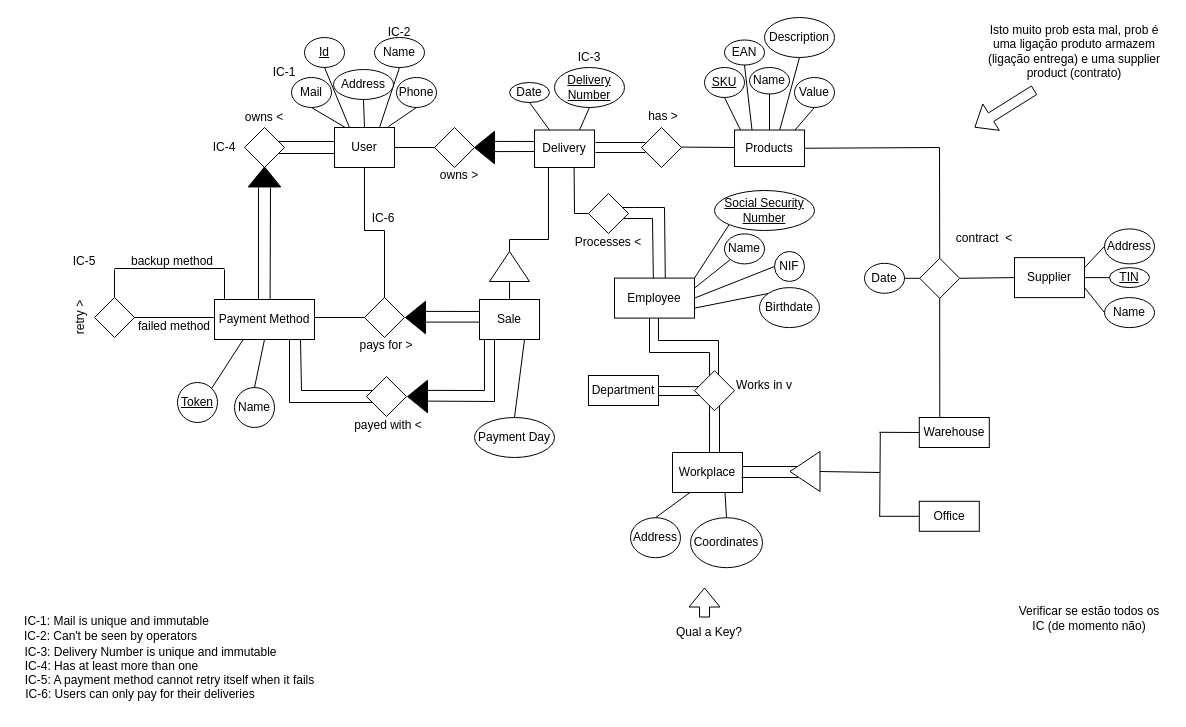
Earlier version of the draw.io diagram Entrega 1/Entrega 1.drawio (Axiself/Proj-BD-22-23). Source tidied: cells renumbered, new cells numbered last; positions are measured from the earlier drawing's top-left corner, leaving out a move shared by most shapes. Both pictures are drawn from the tidied source at 100%, with x=0, y=0 at pixel (17, 17).
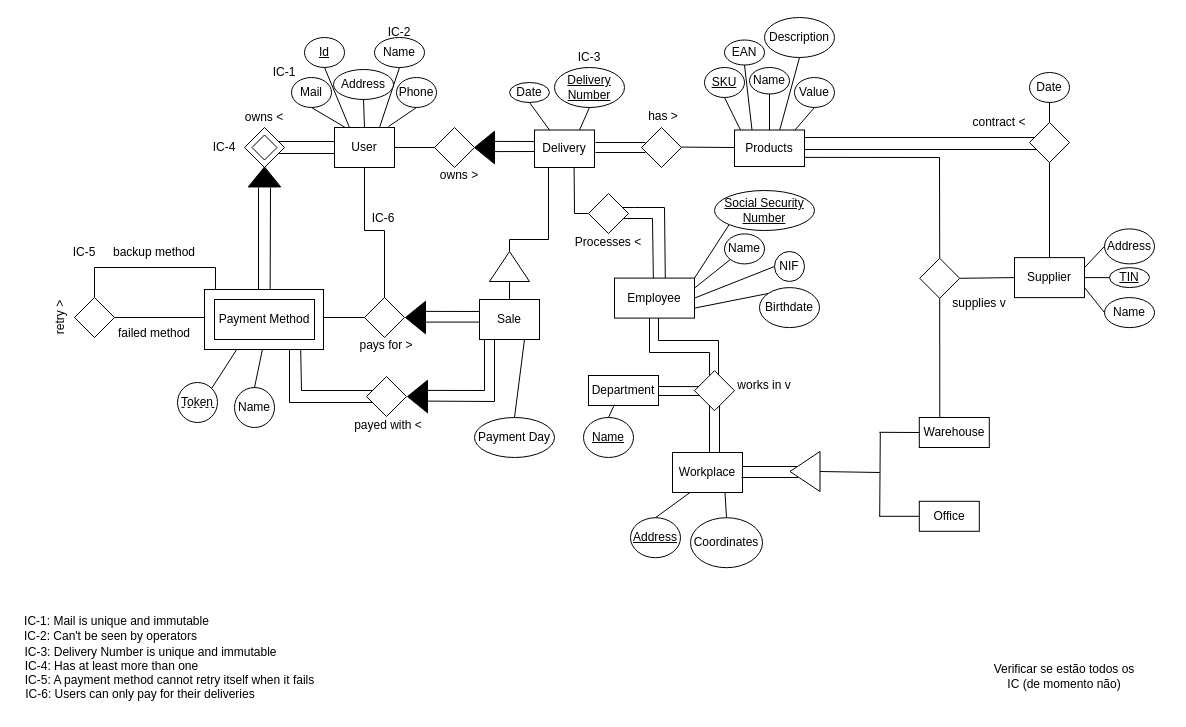
After the change.

The change refers to these unchanged cells:
```xml
<mxCell id="75" value="Products" style="whiteSpace=wrap;html=1;align=center;" parent="1" vertex="1">
  <mxGeometry x="717" y="112.5" width="70" height="36.5" as="geometry" />
</mxCell>
<mxCell id="86" value="Supplier" style="whiteSpace=wrap;html=1;align=center;" parent="1" vertex="1">
  <mxGeometry x="997" y="240.1" width="70" height="40" as="geometry" />
</mxCell>
<mxCell id="124" style="shape=rhombus;perimeter=rhombusPerimeter;whiteSpace=wrap;html=1;align=center;" parent="1" vertex="1">
  <mxGeometry x="902.2" y="240.8" width="40" height="40" as="geometry" />
</mxCell>
<mxCell id="131" value="Department" style="whiteSpace=wrap;html=1;align=center;" parent="1" vertex="1">
  <mxGeometry x="571" y="358" width="70" height="30" as="geometry" />
</mxCell>
```

Diff of the diagram source:
```diff
@@
+    <mxCell id="148" style="endArrow=none;html=1;rounded=0;exitX=1;exitY=1;exitDx=0;exitDy=0;" parent="1" edge="1">
+      <mxGeometry relative="1" as="geometry">
+        <mxPoint x="787" y="132" as="sourcePoint" />
+        <mxPoint x="1036.8" y="132" as="targetPoint" />
+      </mxGeometry>
+    </mxCell>
+    <mxCell id="149" style="endArrow=none;html=1;rounded=0;exitX=1;exitY=0;exitDx=0;exitDy=0;" parent="1" edge="1">
+      <mxGeometry relative="1" as="geometry">
+        <mxPoint x="787" y="120" as="sourcePoint" />
+        <mxPoint x="1036.8" y="120" as="targetPoint" />
+      </mxGeometry>
+    </mxCell>
@@
-    <mxCell id="34" value="Payment Method" style="whiteSpace=wrap;html=1;align=center;" parent="1" vertex="1">
-      <mxGeometry x="197" y="282" width="100" height="40" as="geometry" />
-    </mxCell>
@@
-    <mxCell id="36" value="Token" style="ellipse;whiteSpace=wrap;html=1;align=center;fontStyle=4;" parent="1" vertex="1">
+    <mxCell id="36" value="Token" style="ellipse;whiteSpace=wrap;html=1;align=center;fontStyle=0;" parent="1" vertex="1">
       <mxGeometry x="160" y="365" width="40" height="40" as="geometry" />
     </mxCell>
@@
     <mxCell id="61" style="shape=rhombus;perimeter=rhombusPerimeter;whiteSpace=wrap;html=1;align=center;" parent="1" vertex="1">
-      <mxGeometry x="77" y="280" width="40" height="40" as="geometry" />
+      <mxGeometry x="57" y="280" width="40" height="40" as="geometry" />
     </mxCell>
-    <mxCell id="62" style="endArrow=none;html=1;rounded=0;" parent="1" edge="1">
+    <mxCell id="62" style="endArrow=none;html=1;rounded=0;exitX=0.5;exitY=0;exitDx=0;exitDy=0;entryX=0.092;entryY=0.014;entryDx=0;entryDy=0;entryPerimeter=0;" parent="1" edge="1" source="61" target="150">
       <mxGeometry relative="1" as="geometry">
-        <mxPoint x="97" y="251" as="sourcePoint" />
-        <mxPoint x="207" y="251" as="targetPoint" />
+        <Array as="points">
+          <mxPoint x="77" y="250" />
+          <mxPoint x="198" y="250" />
+        </Array>
       </mxGeometry>
     </mxCell>
-    <mxCell id="63" style="endArrow=none;html=1;rounded=0;" parent="1" edge="1">
-      <mxGeometry relative="1" as="geometry">
-        <mxPoint x="207" y="252" as="sourcePoint" />
-        <mxPoint x="207" y="282" as="targetPoint" />
-      </mxGeometry>
-    </mxCell>
-    <mxCell id="64" style="endArrow=none;html=1;rounded=0;exitX=0.5;exitY=0;exitDx=0;exitDy=0;" parent="1" edge="1" source="61">
-      <mxGeometry relative="1" as="geometry">
-        <mxPoint x="97" y="252" as="targetPoint" />
-      </mxGeometry>
-    </mxCell>
@@
     <mxCell id="102" value="retry &amp;gt;" style="text;html=1;strokeColor=none;fillColor=none;align=center;verticalAlign=middle;whiteSpace=wrap;rounded=0;rotation=-90;" parent="1" vertex="1">
-      <mxGeometry x="33" y="285" width="60" height="30" as="geometry" />
+      <mxGeometry x="13" y="285" width="60" height="30" as="geometry" />
     </mxCell>
     <mxCell id="103" value="failed method" style="text;html=1;strokeColor=none;fillColor=none;align=center;verticalAlign=middle;whiteSpace=wrap;rounded=0;fontStyle=0;" parent="1" vertex="1">
-      <mxGeometry x="117" y="294.2" width="80" height="30" as="geometry" />
+      <mxGeometry x="97" y="300.6" width="80" height="30" as="geometry" />
     </mxCell>
     <mxCell id="104" value="backup method" style="text;html=1;strokeColor=none;fillColor=none;align=center;verticalAlign=middle;whiteSpace=wrap;rounded=0;" parent="1" vertex="1">
-      <mxGeometry x="110" y="229" width="90" height="30" as="geometry" />
+      <mxGeometry x="92" y="220.1" width="90" height="30" as="geometry" />
     </mxCell>
     <mxCell id="105" value="IC-5" style="text;html=1;strokeColor=none;fillColor=none;align=center;verticalAlign=middle;whiteSpace=wrap;rounded=0;" parent="1" vertex="1">
-      <mxGeometry x="37" y="229" width="60" height="30" as="geometry" />
+      <mxGeometry x="37" y="220.1" width="60" height="30" as="geometry" />
     </mxCell>
@@
-    <mxCell id="109" value="Address" style="ellipse;whiteSpace=wrap;html=1;align=center;" parent="1" vertex="1">
+    <mxCell id="109" value="Address" style="ellipse;whiteSpace=wrap;html=1;align=center;fontStyle=4;" parent="1" vertex="1">
       <mxGeometry x="613" y="500.2" width="50" height="40" as="geometry" />
     </mxCell>
@@
     <mxCell id="125" value="Date" style="ellipse;whiteSpace=wrap;html=1;align=center;" parent="1" vertex="1">
-      <mxGeometry x="847" y="245.8" width="40" height="30" as="geometry" />
+      <mxGeometry x="1012" y="55" width="40" height="30" as="geometry" />
     </mxCell>
-    <mxCell id="126" style="endArrow=none;html=1;rounded=0;exitX=1;exitY=0.5;exitDx=0;exitDy=0;entryX=0;entryY=0.5;entryDx=0;entryDy=0;" parent="1" edge="1" source="125" target="124">
+    <mxCell id="126" style="endArrow=none;html=1;rounded=0;exitX=0.5;exitY=1;exitDx=0;exitDy=0;entryX=0.5;entryY=0;entryDx=0;entryDy=0;" parent="1" edge="1" source="125" target="151">
       <mxGeometry relative="1" as="geometry" />
     </mxCell>
@@
-    <mxCell id="128" style="endArrow=none;html=1;rounded=0;entryX=0.5;entryY=0;entryDx=0;entryDy=0;exitX=1;exitY=0.5;exitDx=0;exitDy=0;" parent="1" edge="1" source="75" target="124">
+    <mxCell id="128" style="endArrow=none;html=1;rounded=0;entryX=0.5;entryY=0;entryDx=0;entryDy=0;exitX=1;exitY=0.75;exitDx=0;exitDy=0;" parent="1" edge="1" source="75" target="124">
       <mxGeometry relative="1" as="geometry">
         <Array as="points">
-          <mxPoint x="922" y="130" />
+          <mxPoint x="922" y="140" />
         </Array>
       </mxGeometry>
     </mxCell>
-    <mxCell id="129" value="contract&amp;nbsp; &amp;lt;" style="text;html=1;strokeColor=none;fillColor=none;align=center;verticalAlign=middle;whiteSpace=wrap;rounded=0;" parent="1" vertex="1">
-      <mxGeometry x="937" y="205.8" width="60" height="30" as="geometry" />
+    <mxCell id="129" value="supplies v" style="text;html=1;strokeColor=none;fillColor=none;align=center;verticalAlign=middle;whiteSpace=wrap;rounded=0;" parent="1" vertex="1">
+      <mxGeometry x="927" y="270.6" width="70" height="30" as="geometry" />
     </mxCell>
@@
-    <mxCell id="132" value="Works in v" style="text;html=1;strokeColor=none;fillColor=none;align=center;verticalAlign=middle;whiteSpace=wrap;rounded=0;rotation=0;" parent="1" vertex="1">
+    <mxCell id="132" value="works in v" style="text;html=1;strokeColor=none;fillColor=none;align=center;verticalAlign=middle;whiteSpace=wrap;rounded=0;rotation=0;" parent="1" vertex="1">
       <mxGeometry x="717" y="353.2" width="60" height="30" as="geometry" />
     </mxCell>
@@
-    <mxCell id="137" value="Isto muito prob esta mal, prob é uma ligação produto armazem (ligação entrega) e uma supplier product (contrato)" style="text;html=1;strokeColor=none;fillColor=none;align=center;verticalAlign=middle;whiteSpace=wrap;rounded=0;" parent="1" vertex="1">
-      <mxGeometry x="962" width="190" height="67.5" as="geometry" />
-    </mxCell>
@@
-    <mxCell id="144" style="shape=flexArrow;endArrow=classic;html=1;rounded=0;" parent="1" edge="1">
-      <mxGeometry relative="1" as="geometry">
-        <mxPoint x="1017" y="72.5" as="sourcePoint" />
-        <mxPoint x="957" y="110" as="targetPoint" />
-      </mxGeometry>
-    </mxCell>
-    <mxCell id="145" value="Qual a Key?" style="text;html=1;strokeColor=none;fillColor=none;align=center;verticalAlign=middle;whiteSpace=wrap;rounded=0;" parent="1" vertex="1">
-      <mxGeometry x="637" y="600" width="110" height="30" as="geometry" />
-    </mxCell>
-    <mxCell id="146" style="shape=flexArrow;endArrow=classic;html=1;rounded=0;" parent="1" edge="1">
-      <mxGeometry relative="1" as="geometry">
-        <mxPoint x="687" y="600" as="sourcePoint" />
-        <mxPoint x="687" y="570" as="targetPoint" />
-      </mxGeometry>
-    </mxCell>
     <mxCell id="147" value="Verificar se estão todos os IC (de momento não)" style="text;html=1;strokeColor=none;fillColor=none;align=center;verticalAlign=middle;whiteSpace=wrap;rounded=0;" parent="1" vertex="1">
-      <mxGeometry x="997" y="582" width="150" height="38" as="geometry" />
+      <mxGeometry x="971.8" y="640" width="150" height="38" as="geometry" />
     </mxCell>
+    <mxCell id="150" style="rounded=0;whiteSpace=wrap;html=1;" parent="1" vertex="1">
+      <mxGeometry x="187" y="272" width="119" height="60" as="geometry" />
+    </mxCell>
+    <mxCell id="151" style="shape=rhombus;perimeter=rhombusPerimeter;whiteSpace=wrap;html=1;align=center;fontStyle=1;" parent="1" vertex="1">
+      <mxGeometry x="1012" y="105" width="40" height="40" as="geometry" />
+    </mxCell>
+    <mxCell id="152" value="contract &amp;lt;" style="text;html=1;strokeColor=none;fillColor=none;align=center;verticalAlign=middle;whiteSpace=wrap;rounded=0;" parent="1" vertex="1">
+      <mxGeometry x="947" y="90" width="70" height="30" as="geometry" />
+    </mxCell>
+    <mxCell id="34" value="Payment Method" style="whiteSpace=wrap;html=1;align=center;" parent="1" vertex="1">
+      <mxGeometry x="197" y="282" width="100" height="40" as="geometry" />
+    </mxCell>
+    <mxCell id="153" style="shape=rhombus;perimeter=rhombusPerimeter;whiteSpace=wrap;html=1;align=center;" parent="1" vertex="1">
+      <mxGeometry x="234.5" y="117.5" width="25" height="25" as="geometry" />
+    </mxCell>
+    <mxCell id="154" style="endArrow=none;dashed=1;html=1;rounded=0;" parent="1" edge="1">
+      <mxGeometry relative="1" as="geometry">
+        <mxPoint x="164" y="389.9" as="sourcePoint" />
+        <mxPoint x="197" y="389.9" as="targetPoint" />
+      </mxGeometry>
+    </mxCell>
+    <mxCell id="155" value="Name" style="ellipse;whiteSpace=wrap;html=1;align=center;fontStyle=4;" parent="1" vertex="1">
+      <mxGeometry x="566" y="400" width="50" height="40" as="geometry" />
+    </mxCell>
+    <mxCell id="156" style="endArrow=none;html=1;rounded=0;entryX=0.369;entryY=0.975;entryDx=0;entryDy=0;entryPerimeter=0;exitX=0.5;exitY=0;exitDx=0;exitDy=0;" parent="1" edge="1" source="155" target="131">
+      <mxGeometry relative="1" as="geometry" />
+    </mxCell>
+    <mxCell id="157" style="endArrow=none;html=1;rounded=0;entryX=0.5;entryY=1;entryDx=0;entryDy=0;exitX=0.5;exitY=0;exitDx=0;exitDy=0;" parent="1" edge="1" source="86" target="151">
+      <mxGeometry relative="1" as="geometry" />
+    </mxCell>
```
